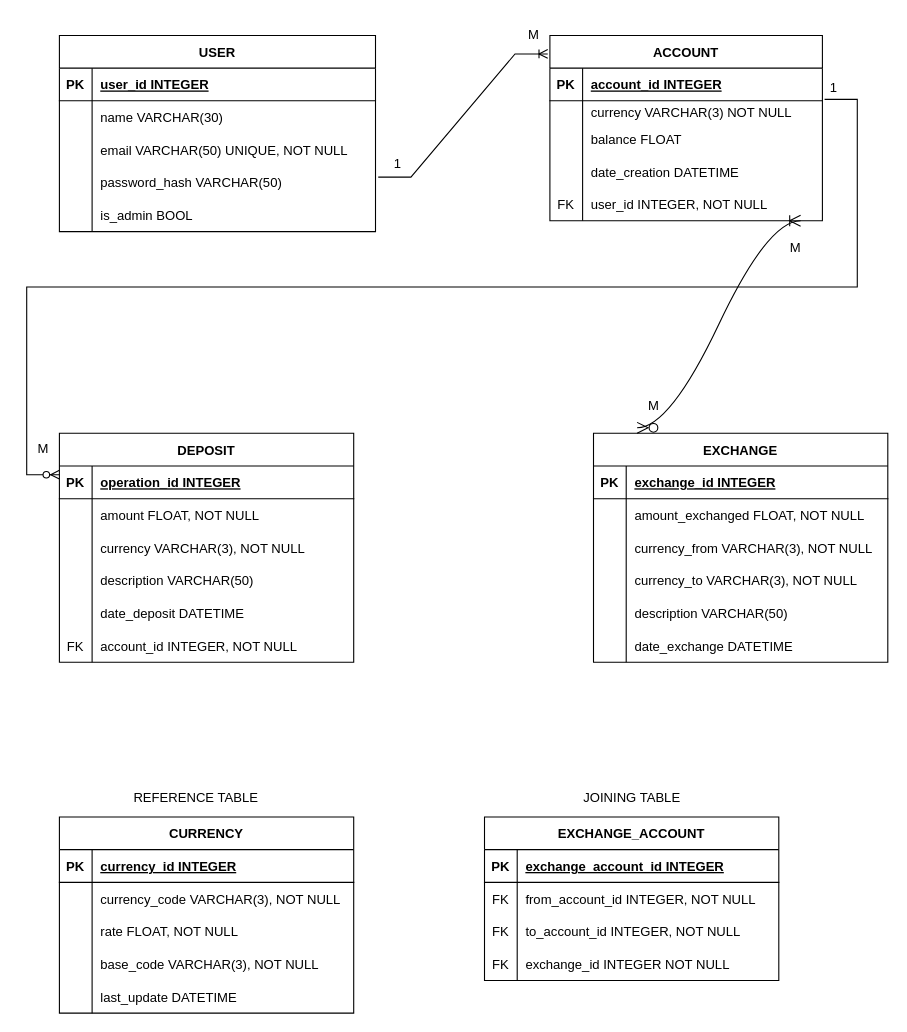
Earlier version of the draw.io diagram Currency_exchange.drawio (danilo90lan/API_Web_Server_Currency_Exchange). Source tidied: cells renumbered, new cells numbered last; positions are measured from the earlier drawing's top-left corner, leaving out a move shared by most shapes. Both pictures are drawn from the tidied source at 109%, with x=0, y=0 at pixel (26, 19).
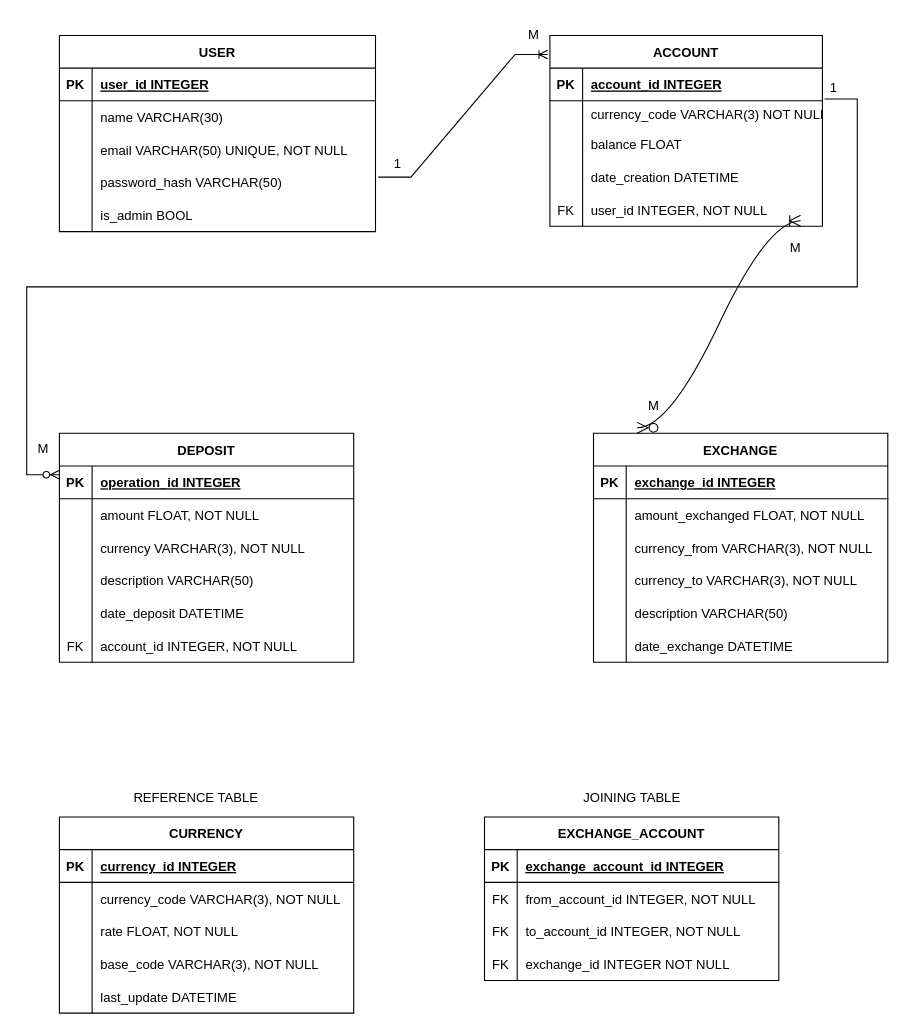
The same page after the edit.

The edit, as a diff of the source:
```diff
@@
     <mxCell id="18" value="ACCOUNT" style="shape=table;startSize=30;childLayout=tableLayout;rowLines=0;fontStyle=1;align=center;" parent="1" vertex="1">
-      <mxGeometry x="480" y="15" width="250" height="170" as="geometry" />
+      <mxGeometry x="480" y="15" width="250" height="175" as="geometry" />
     </mxCell>
@@
     <mxCell id="22" style="shape=partialRectangle;fillColor=none;points=[[0,0.5],[1,0.5]];portConstraint=eastwest;top=0;left=0;right=0;bottom=0;" parent="18" vertex="1">
-      <mxGeometry y="60" width="250" height="20" as="geometry" />
+      <mxGeometry y="60" width="250" height="25" as="geometry" />
     </mxCell>
     <mxCell id="23" style="shape=partialRectangle;overflow=hidden;fillColor=none;top=0;left=0;bottom=0;right=0;" parent="22" vertex="1">
-      <mxGeometry width="30" height="20" as="geometry" />
+      <mxGeometry width="30" height="25" as="geometry" />
     </mxCell>
-    <mxCell id="24" value="currency VARCHAR(3) NOT NULL" style="shape=partialRectangle;overflow=hidden;fillColor=none;top=0;left=0;bottom=0;right=0;align=left;spacingLeft=6;" parent="22" vertex="1">
-      <mxGeometry x="30" width="220" height="20" as="geometry" />
+    <mxCell id="24" value="currency_code VARCHAR(3) NOT NULL" style="shape=partialRectangle;overflow=hidden;fillColor=none;top=0;left=0;bottom=0;right=0;align=left;spacingLeft=6;" parent="22" vertex="1">
+      <mxGeometry x="30" width="220" height="25" as="geometry" />
     </mxCell>
     <mxCell id="25" style="shape=partialRectangle;fillColor=none;top=0;left=0;right=0;bottom=0;" parent="18" vertex="1">
-      <mxGeometry y="80" width="250" height="30" as="geometry" />
+      <mxGeometry y="85" width="250" height="30" as="geometry" />
     </mxCell>
@@
     <mxCell id="28" style="shape=partialRectangle;fillColor=none;top=0;left=0;right=0;bottom=0;" parent="18" vertex="1">
-      <mxGeometry y="110" width="250" height="30" as="geometry" />
+      <mxGeometry y="115" width="250" height="30" as="geometry" />
     </mxCell>
@@
     <mxCell id="31" style="shape=partialRectangle;fillColor=none;top=0;left=0;right=0;bottom=0;" parent="18" vertex="1">
-      <mxGeometry y="140" width="250" height="30" as="geometry" />
+      <mxGeometry y="145" width="250" height="30" as="geometry" />
     </mxCell>
```
